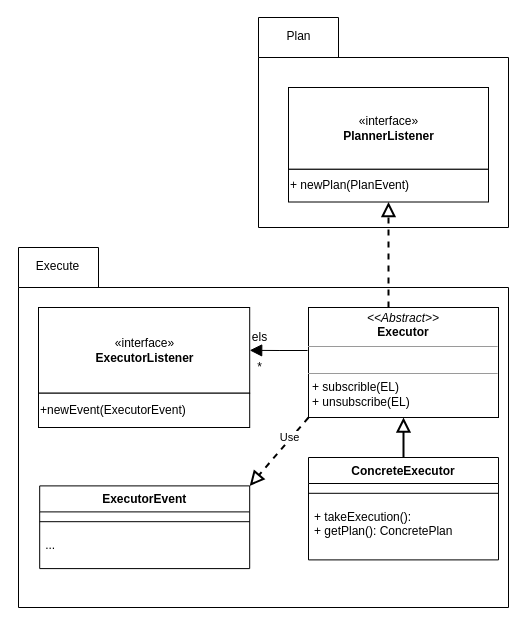
Earlier version of the draw.io diagram fig/drawio/static_model_PE.drawio (Sylv-Lej/thesis-separation-concerns). Source tidied: cells renumbered, new cells numbered last; positions are measured from the earlier drawing's top-left corner, leaving out a move shared by most shapes. Both pictures are drawn from the tidied source at 100%, with x=0, y=0 at pixel (18, 17).
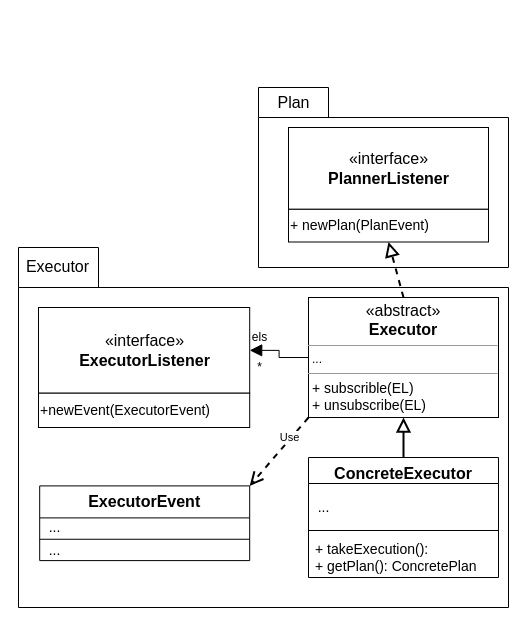
After the change.

The change refers to these unchanged cells:
```xml
<mxCell id="3" style="group;" parent="1" vertex="1">
  <mxGeometry y="230" width="490" height="360" as="geometry" />
</mxCell>
<mxCell id="10" style="group;" parent="3" vertex="1">
  <mxGeometry x="20" y="60" width="211.2" height="120" as="geometry" />
</mxCell>
```

What changed in the source:
```diff
@@
-    <mxCell id="5" value="Execute" style="text;html=1;align=center;verticalAlign=middle;strokeColor=none;" parent="3" vertex="1">
-      <mxGeometry x="8.8" y="8.6" width="60" height="20" as="geometry" />
+    <mxCell id="5" value="&lt;font style=&quot;font-size: 16px&quot;&gt;Executor&lt;/font&gt;" style="text;html=1;align=center;verticalAlign=middle;strokeColor=none;" parent="3" vertex="1">
+      <mxGeometry x="-1.2" y="8.6" width="80" height="20" as="geometry" />
     </mxCell>
-    <mxCell id="6" value="ConcreteExecutor" style="swimlane;fontStyle=1;align=center;verticalAlign=top;horizontal=1;startSize=26;" parent="3" vertex="1">
-      <mxGeometry x="290" y="210" width="190" height="102.4" as="geometry" />
+    <mxCell id="6" value="ConcreteExecutor" style="swimlane;fontStyle=1;align=center;verticalAlign=top;horizontal=1;startSize=26;fontSize=16;" parent="3" vertex="1">
+      <mxGeometry x="290" y="210" width="190" height="120" as="geometry" />
     </mxCell>
     <mxCell id="7" style="line;strokeWidth=1;fillColor=none;align=left;verticalAlign=middle;spacingTop=-1;spacingLeft=3;spacingRight=3;labelPosition=right;" parent="6" vertex="1">
-      <mxGeometry y="26" width="190" height="19.6" as="geometry" />
+      <mxGeometry y="26" width="190" height="94" as="geometry" />
     </mxCell>
-    <mxCell id="8" value="+ takeExecution():&#10;+ getPlan(): ConcretePlan" style="text;strokeColor=none;fillColor=none;align=left;verticalAlign=top;spacingLeft=4;spacingRight=4;overflow=hidden;" parent="6" vertex="1">
-      <mxGeometry y="45.6" width="190" height="56.7" as="geometry" />
-    </mxCell>
-    <mxCell id="9" style="edgeStyle=orthogonalEdgeStyle;rounded=0;jettySize=auto;html=1;endArrow=block;endFill=0;strokeWidth=2;endSize=10;exitX=0.5;exitY=0;exitDx=0;exitDy=0;" parent="3" edge="1" source="6" target="18">
-      <mxGeometry relative="1" as="geometry" />
-    </mxCell>
@@
-    <mxCell id="11" value="«interface»&lt;br&gt;&lt;span style=&quot;font-weight: 700&quot;&gt;ExecutorListener&lt;/span&gt;" style="html=1;" parent="10" vertex="1">
+    <mxCell id="11" value="&lt;font style=&quot;font-size: 16px&quot;&gt;«interface»&lt;br&gt;&lt;span style=&quot;font-weight: 700&quot;&gt;ExecutorListener&lt;/span&gt;&lt;/font&gt;" style="html=1;" parent="10" vertex="1">
       <mxGeometry width="211.2" height="85.7" as="geometry" />
     </mxCell>
-    <mxCell id="12" value="+newEvent(ExecutorEvent)" style="html=1;align=left;" parent="10" vertex="1">
+    <mxCell id="12" value="&lt;font style=&quot;font-size: 14px&quot;&gt;+newEvent(ExecutorEvent)&lt;/font&gt;" style="html=1;align=left;" parent="10" vertex="1">
       <mxGeometry y="85.7" width="211.2" height="34.3" as="geometry" />
     </mxCell>
-    <mxCell id="13" value="ExecutorEvent" style="swimlane;fontStyle=1;align=center;verticalAlign=top;horizontal=1;startSize=26;" parent="3" vertex="1">
-      <mxGeometry x="21.2" y="238.4" width="210" height="82.7" as="geometry" />
+    <mxCell id="13" value="ExecutorEvent" style="swimlane;fontStyle=1;align=center;verticalAlign=top;horizontal=1;startSize=32;fontSize=16;" parent="3" vertex="1">
+      <mxGeometry x="21.2" y="238.4" width="210" height="74.7" as="geometry" />
     </mxCell>
     <mxCell id="14" style="line;strokeWidth=1;fillColor=none;align=left;verticalAlign=middle;spacingTop=-1;spacingLeft=3;spacingRight=3;labelPosition=right;" parent="13" vertex="1">
-      <mxGeometry y="26" width="210" height="19.6" as="geometry" />
+      <mxGeometry y="32" width="210" height="42.7" as="geometry" />
     </mxCell>
-    <mxCell id="15" value="..." style="text;strokeColor=none;fillColor=none;align=left;verticalAlign=top;spacingLeft=4;spacingRight=4;overflow=hidden;" parent="13" vertex="1">
-      <mxGeometry y="45.6" width="210" height="37.1" as="geometry" />
-    </mxCell>
@@
-    <mxCell id="18" value="&lt;p style=&quot;margin: 0px ; margin-top: 4px ; text-align: center&quot;&gt;&lt;i&gt;&amp;lt;&amp;lt;Abstract&amp;gt;&amp;gt;&lt;/i&gt;&lt;br&gt;&lt;b&gt;Executor&lt;/b&gt;&lt;/p&gt;&lt;hr size=&quot;1&quot;&gt;&lt;p style=&quot;margin: 0px ; margin-left: 4px&quot;&gt;&lt;br&gt;&lt;/p&gt;&lt;hr size=&quot;1&quot;&gt;&lt;p style=&quot;margin: 0px ; margin-left: 4px&quot;&gt;+ subscrible(EL)&lt;br&gt;+ unsubscribe(EL)&lt;br&gt;&lt;/p&gt;" style="verticalAlign=top;align=left;overflow=fill;fontSize=12;fontFamily=Helvetica;html=1;" parent="3" vertex="1">
-      <mxGeometry x="290" y="60" width="190" height="110" as="geometry" />
-    </mxCell>
-    <mxCell id="19" style="edgeStyle=orthogonalEdgeStyle;rounded=0;jettySize=auto;html=1;entryX=1;entryY=0.5;entryDx=0;entryDy=0;endArrow=block;endFill=1;endSize=10;exitX=-0.005;exitY=0.391;exitDx=0;exitDy=0;exitPerimeter=0;" parent="3" edge="1" source="18" target="11">
-      <mxGeometry relative="1" as="geometry" />
-    </mxCell>
-    <mxCell id="20" style="endArrow=block;endFill=0;endSize=10;html=1;strokeWidth=2;exitX=0;exitY=1;exitDx=0;exitDy=0;entryX=1;entryY=0;entryDx=0;entryDy=0;dashed=1;" parent="3" edge="1" source="18" target="13">
+    <mxCell id="20" style="endArrow=open;endFill=0;endSize=10;html=1;strokeWidth=2;entryX=1;entryY=0;entryDx=0;entryDy=0;dashed=1;exitX=0;exitY=1;exitDx=0;exitDy=0;" parent="3" edge="1" source="18" target="13">
       <mxGeometry relative="1" as="geometry" />
     </mxCell>
@@
+    <mxCell id="18" value="&lt;p style=&quot;margin: 4px 0px 0px ; text-align: center ; font-size: 16px&quot;&gt;«abstract»&lt;br&gt;&lt;b&gt;Executor&lt;/b&gt;&lt;/p&gt;&lt;hr size=&quot;1&quot;&gt;&lt;p style=&quot;margin: 0px ; margin-left: 4px&quot;&gt;...&lt;/p&gt;&lt;hr size=&quot;1&quot;&gt;&lt;p style=&quot;margin: 0px 0px 0px 4px ; font-size: 14px&quot;&gt;+ subscrible(EL)&lt;br&gt;+ unsubscribe(EL)&lt;br&gt;&lt;/p&gt;" style="verticalAlign=top;align=left;overflow=fill;fontSize=12;fontFamily=Helvetica;html=1;" parent="3" vertex="1">
+      <mxGeometry x="290" y="50" width="190" height="120" as="geometry" />
+    </mxCell>
+    <mxCell id="9" style="edgeStyle=orthogonalEdgeStyle;rounded=0;jettySize=auto;html=1;endArrow=block;endFill=0;strokeWidth=2;endSize=10;exitX=0.5;exitY=0;exitDx=0;exitDy=0;entryX=0.5;entryY=1;entryDx=0;entryDy=0;" parent="3" edge="1" source="6" target="18">
+      <mxGeometry relative="1" as="geometry" />
+    </mxCell>
+    <mxCell id="19" style="edgeStyle=orthogonalEdgeStyle;rounded=0;jettySize=auto;html=1;entryX=1;entryY=0.5;entryDx=0;entryDy=0;endArrow=block;endFill=1;endSize=10;exitX=0;exitY=0.5;exitDx=0;exitDy=0;" parent="3" edge="1" source="18" target="11">
+      <mxGeometry relative="1" as="geometry" />
+    </mxCell>
+    <mxCell id="8" value="&lt;span&gt;+ takeExecution():&lt;/span&gt;&lt;br style=&quot;padding: 0px ; margin: 0px&quot;&gt;&lt;span&gt;+ getPlan(): ConcretePlan&lt;/span&gt;" style="text;html=1;align=left;verticalAlign=middle;strokeColor=none;fillColor=none;fontSize=14;fontFamily=Helvetica;" parent="3" vertex="1">
+      <mxGeometry x="295" y="290" width="180" height="40" as="geometry" />
+    </mxCell>
+    <mxCell id="28" value="..." style="text;html=1;align=center;verticalAlign=middle;strokeColor=none;fillColor=none;fontSize=14;fontFamily=Helvetica;" parent="3" vertex="1">
+      <mxGeometry x="290" y="250" width="30" height="20" as="geometry" />
+    </mxCell>
+    <mxCell id="29" value="..." style="text;html=1;align=center;verticalAlign=middle;strokeColor=none;fillColor=none;fontSize=14;fontFamily=Helvetica;" parent="3" vertex="1">
+      <mxGeometry x="21.2" y="270" width="30" height="20" as="geometry" />
+    </mxCell>
+    <mxCell id="30" value="..." style="text;html=1;align=center;verticalAlign=middle;strokeColor=none;fillColor=none;fontSize=14;fontFamily=Helvetica;" parent="3" vertex="1">
+      <mxGeometry x="21.2" y="293.1" width="30" height="20" as="geometry" />
+    </mxCell>
-    <mxCell id="22" style="shape=folder;fontStyle=1;spacingTop=10;tabWidth=80;tabHeight=40;tabPosition=left;html=1;" parent="1" vertex="1">
-      <mxGeometry x="240" width="250" height="210" as="geometry" />
+    <mxCell id="22" style="shape=folder;fontStyle=1;spacingTop=10;tabWidth=70;tabHeight=30;tabPosition=left;html=1;" parent="1" vertex="1">
+      <mxGeometry x="240" y="70" width="250" height="180" as="geometry" />
     </mxCell>
-    <mxCell id="23" value="Plan" style="text;html=1;align=center;verticalAlign=middle;strokeColor=none;" parent="1" vertex="1">
-      <mxGeometry x="260" y="8.6" width="40" height="20" as="geometry" />
+    <mxCell id="23" value="&lt;font style=&quot;font-size: 16px&quot;&gt;Plan&lt;/font&gt;" style="text;html=1;align=center;verticalAlign=middle;strokeColor=none;" parent="1" vertex="1">
+      <mxGeometry x="250" y="75" width="50" height="20" as="geometry" />
     </mxCell>
     <mxCell id="24" style="group;" parent="1" vertex="1">
-      <mxGeometry x="270" y="70" width="200" height="114.5" as="geometry" />
+      <mxGeometry x="270" y="110" width="200" height="114.5" as="geometry" />
     </mxCell>
-    <mxCell id="25" value="«interface»&lt;br&gt;&lt;span style=&quot;font-weight: 700&quot;&gt;PlannerListener&lt;/span&gt;" style="html=1;" parent="24" vertex="1">
+    <mxCell id="25" value="&lt;font style=&quot;font-size: 16px&quot;&gt;«interface»&lt;br&gt;&lt;span style=&quot;font-weight: 700&quot;&gt;PlannerListener&lt;/span&gt;&lt;/font&gt;" style="html=1;" parent="24" vertex="1">
       <mxGeometry width="200" height="81.8" as="geometry" />
     </mxCell>
-    <mxCell id="26" value="+ newPlan(PlanEvent)" style="html=1;align=left;" parent="24" vertex="1">
+    <mxCell id="26" value="&lt;font style=&quot;font-size: 14px&quot;&gt;+ newPlan(PlanEvent)&lt;/font&gt;" style="html=1;align=left;" parent="24" vertex="1">
       <mxGeometry y="81.8" width="200" height="32.7" as="geometry" />
     </mxCell>
-    <mxCell id="27" style="endArrow=block;endFill=0;endSize=10;html=1;strokeWidth=2;entryX=0.5;entryY=1;entryDx=0;entryDy=0;dashed=1;" parent="1" edge="1" target="26">
-      <mxGeometry relative="1" as="geometry">
-        <mxPoint x="370" y="290" as="sourcePoint" />
-      </mxGeometry>
+    <mxCell id="27" style="endArrow=block;endFill=0;endSize=10;html=1;strokeWidth=2;entryX=0.5;entryY=1;entryDx=0;entryDy=0;dashed=1;exitX=0.5;exitY=0;exitDx=0;exitDy=0;" parent="1" edge="1" source="18" target="26">
+      <mxGeometry relative="1" as="geometry" />
     </mxCell>
```
